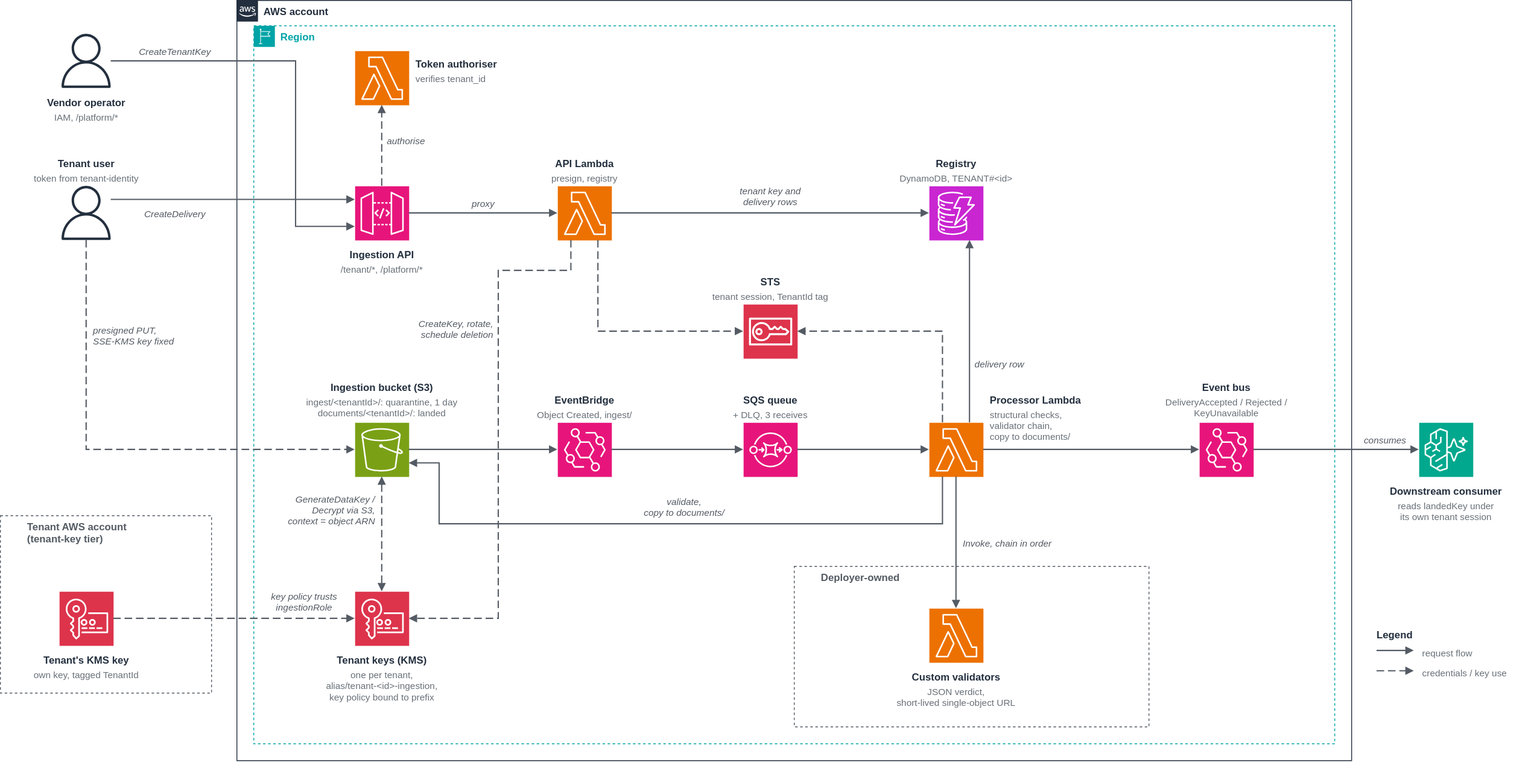
aws-samples/sample-agentic-ai-acceleration-patterns keeps this draw.io diagram as samples/tenant-encrypted-ingestion/diagrams/tenant-encrypted-ingestion.drawio.svg. Above is the earlier version. Source tidied: cells renumbered, new cells last; positions are measured from the earlier drawing's top-left corner, leaving out a move shared by most shapes.
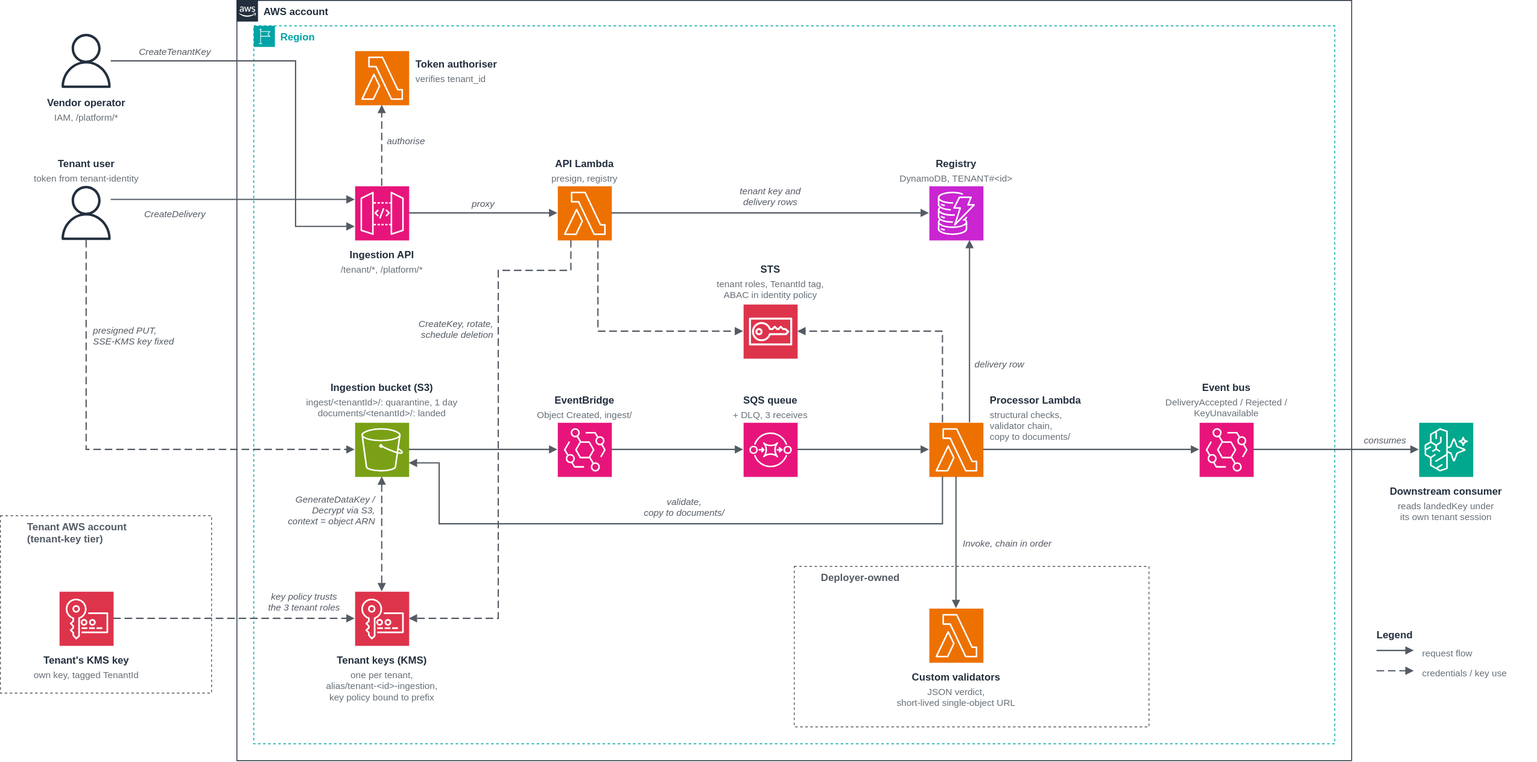
Later version of the same file.

Commit message:
tenant-encrypted-ingestion diagram: tenant roles labels

What changed in the source:
```diff
@@ -105,10 +105,10 @@
       <mxGeometry x="1065" y="200" width="134" height="16" as="geometry" />
     </mxCell>
     <mxCell id="36" value="STS" style="text;html=0;align=center;verticalAlign=top;fontSize=12;fontStyle=1;fontColor=#232F3E;spacing=0;spacingTop=0;" parent="1" vertex="1">
-      <mxGeometry x="823.5" y="322" width="177" height="18" as="geometry" />
+      <mxGeometry x="826.5" y="307" width="171" height="18" as="geometry" />
     </mxCell>
-    <mxCell id="37" value="tenant session, TenantId tag" style="text;html=0;align=center;verticalAlign=top;fontSize=11;fontStyle=0;fontColor=#687078;spacing=0;spacingTop=0;" parent="1" vertex="1">
-      <mxGeometry x="823.5" y="340" width="177" height="16" as="geometry" />
+    <mxCell id="37" value="tenant roles, TenantId tag,&#10;ABAC in identity policy" style="text;html=0;align=center;verticalAlign=top;fontSize=11;fontStyle=0;fontColor=#687078;spacing=0;spacingTop=0;" parent="1" vertex="1">
+      <mxGeometry x="826.5" y="325" width="171" height="31" as="geometry" />
     </mxCell>
     <mxCell id="38" value="Ingestion bucket (S3)" style="text;html=0;align=center;verticalAlign=top;fontSize=12;fontStyle=1;fontColor=#232F3E;spacing=0;spacingTop=0;" parent="1" vertex="1">
       <mxGeometry x="336" y="447" width="232" height="18" as="geometry" />
@@ -280,8 +280,8 @@
     <mxCell id="84" style="edgeStyle=orthogonalEdgeStyle;rounded=0;html=0;strokeColor=#545B64;strokeWidth=1.5;endArrow=block;endFill=1;exitX=1;exitY=0.5;exitDx=0;exitDy=0;entryX=0;entryY=0.5;entryDx=0;entryDy=0;dashed=1;dashPattern=6 3;" parent="1" edge="1" source="8" target="20">
       <mxGeometry relative="1" as="geometry" />
     </mxCell>
-    <mxCell id="85" value="key policy trusts&#10;ingestionRole" style="text;html=0;align=center;verticalAlign=top;fontSize=11;fontStyle=2;fontColor=#545B64;spacing=0;spacingTop=0;" parent="1" vertex="1">
-      <mxGeometry x="305.5" y="695" width="109" height="31" as="geometry" />
+    <mxCell id="85" value="key policy trusts&#10;the 3 tenant roles" style="text;html=0;align=center;verticalAlign=top;fontSize=11;fontStyle=2;fontColor=#545B64;spacing=0;spacingTop=0;" parent="1" vertex="1">
+      <mxGeometry x="302.5" y="695" width="115" height="31" as="geometry" />
     </mxCell>
     <mxCell id="86" value="Legend" style="text;html=0;align=left;verticalAlign=top;fontSize=12;fontStyle=1;fontColor=#232F3E;spacing=0;spacingTop=0;" parent="1" vertex="1">
       <mxGeometry x="1630" y="740" width="60" height="18" as="geometry" />
```
